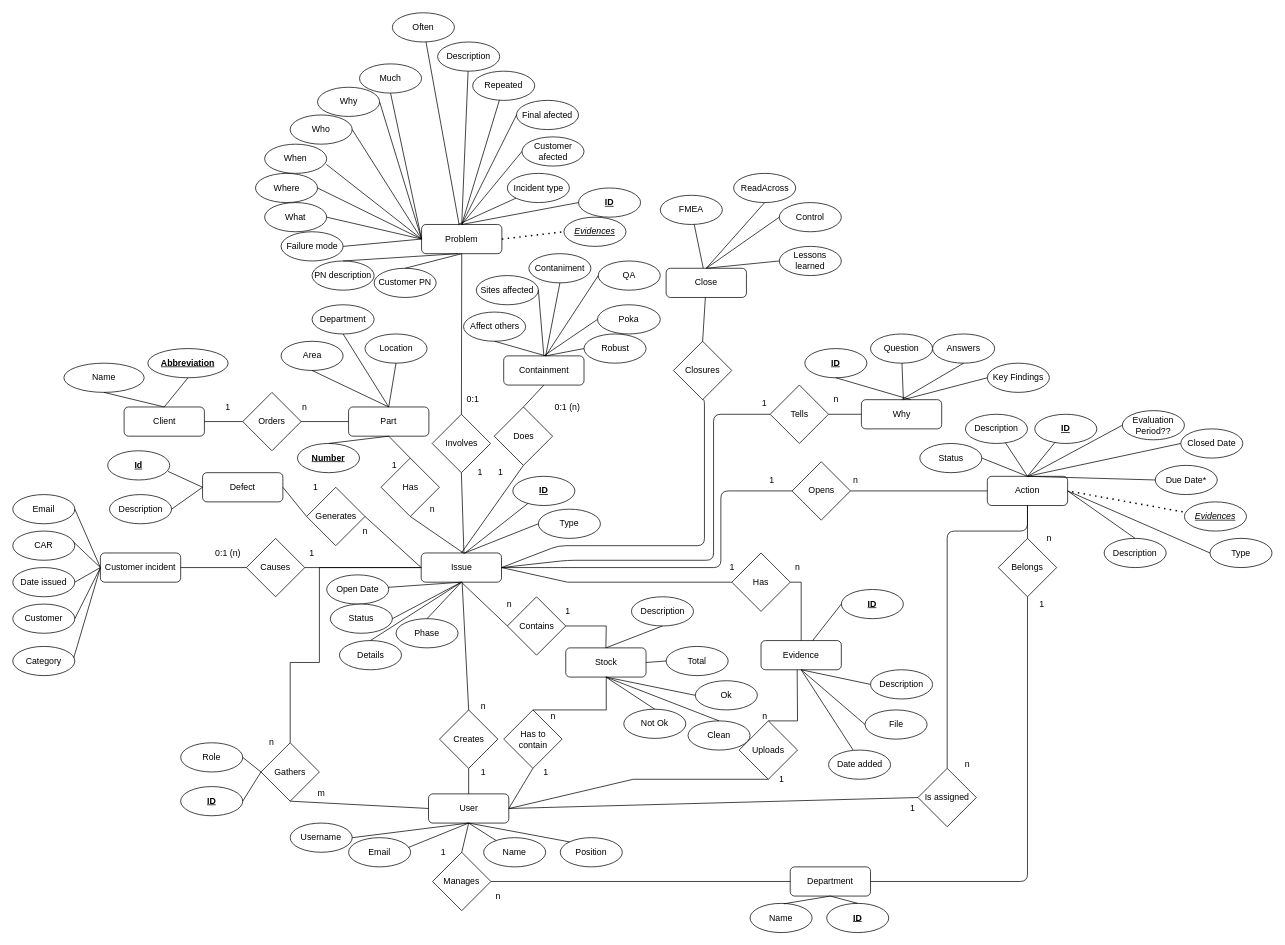
Before: api/db/model/EntityRelationshipDiagram.drawio in FFahrenheit/ScrapActionListAPI, a draw.io diagram. Source tidied: cells renumbered, new cells numbered last; positions are measured from the earlier drawing's top-left corner, leaving out a move shared by most shapes. Both pictures are drawn from the tidied source at 73%, with x=0, y=0 at pixel (12, 12).
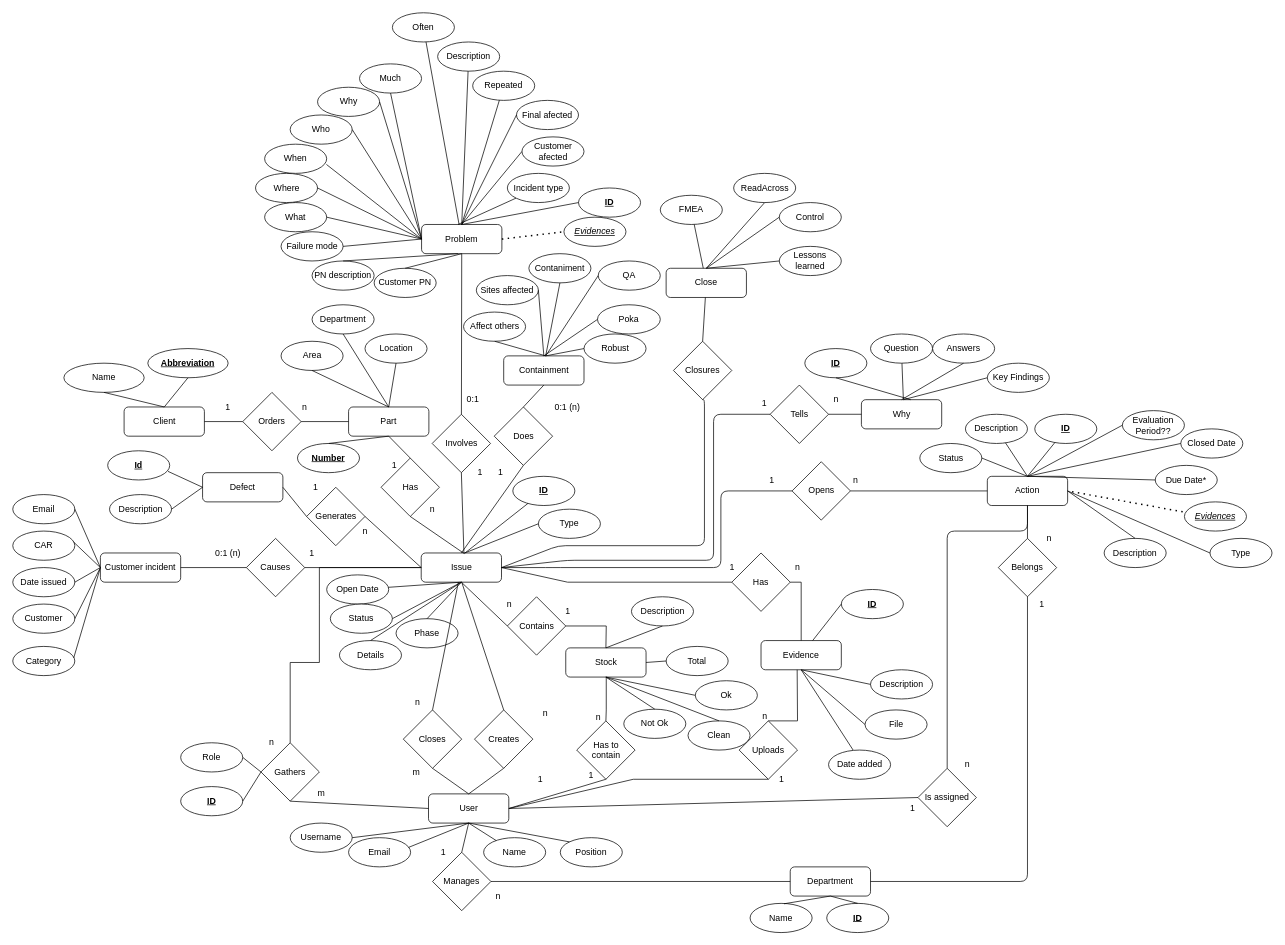
The same diagram, later.

The change refers to these unchanged cells:
```xml
<mxCell id="22" value="Issue" style="rounded=1;whiteSpace=wrap;html=1;" parent="1" vertex="1">
  <mxGeometry x="559.5" y="740" width="110" height="40" as="geometry" />
</mxCell>
<mxCell id="35" value="User" style="rounded=1;whiteSpace=wrap;html=1;" parent="1" vertex="1">
  <mxGeometry x="569.5" y="1070" width="110" height="40" as="geometry" />
</mxCell>
```

The edit, as a diff of the source:
```diff
@@
     <mxCell id="210" value="Has to &lt;br&gt;contain" style="rhombus;whiteSpace=wrap;html=1;" parent="1" vertex="1">
-      <mxGeometry x="672.5" y="955" width="80" height="80" as="geometry" />
+      <mxGeometry x="772.5" y="970" width="80" height="80" as="geometry" />
     </mxCell>
@@
     <mxCell id="213" value="n" style="text;html=1;align=center;verticalAlign=middle;strokeColor=none;fillColor=none;" parent="1" vertex="1">
-      <mxGeometry x="730" y="954" width="20" height="20" as="geometry" />
+      <mxGeometry x="792" y="955" width="20" height="20" as="geometry" />
     </mxCell>
     <mxCell id="214" value="1" style="text;html=1;align=center;verticalAlign=middle;strokeColor=none;fillColor=none;" parent="1" vertex="1">
-      <mxGeometry x="720" y="1030" width="20" height="20" as="geometry" />
+      <mxGeometry x="782" y="1035" width="20" height="20" as="geometry" />
     </mxCell>
@@
     <mxCell id="245" value="Creates" style="rhombus;whiteSpace=wrap;html=1;" parent="1" vertex="1">
-      <mxGeometry x="584.5" y="955" width="80" height="80" as="geometry" />
+      <mxGeometry x="632.5" y="955" width="80" height="80" as="geometry" />
     </mxCell>
     <mxCell id="246" value="n" style="text;html=1;strokeColor=none;fillColor=none;align=center;verticalAlign=middle;whiteSpace=wrap;rounded=0;" parent="1" vertex="1">
-      <mxGeometry x="624.5" y="940" width="40" height="20" as="geometry" />
+      <mxGeometry x="710" y="950" width="40" height="20" as="geometry" />
     </mxCell>
     <mxCell id="247" value="1" style="text;html=1;strokeColor=none;fillColor=none;align=center;verticalAlign=middle;whiteSpace=wrap;rounded=0;" parent="1" vertex="1">
-      <mxGeometry x="624.5" y="1030" width="40" height="20" as="geometry" />
+      <mxGeometry x="702.5" y="1040" width="40" height="20" as="geometry" />
     </mxCell>
-    <mxCell id="248" style="endArrow=none;html=1;rounded=0;exitX=0.5;exitY=0;exitDx=0;exitDy=0;" parent="1" edge="1" source="245" target="22">
-      <mxGeometry relative="1" as="geometry" />
+    <mxCell id="248" style="endArrow=none;html=1;rounded=0;exitX=0.5;exitY=0;exitDx=0;exitDy=0;" parent="1" edge="1" source="245">
+      <mxGeometry relative="1" as="geometry">
+        <mxPoint x="615" y="780" as="targetPoint" />
+      </mxGeometry>
     </mxCell>
@@
+    <mxCell id="256" value="Closes" style="rhombus;whiteSpace=wrap;html=1;" parent="1" vertex="1">
+      <mxGeometry x="535" y="955" width="80" height="80" as="geometry" />
+    </mxCell>
+    <mxCell id="257" style="endArrow=none;html=1;rounded=0;exitX=0.5;exitY=0;exitDx=0;exitDy=0;" parent="1" edge="1" source="256" target="22">
+      <mxGeometry relative="1" as="geometry" />
+    </mxCell>
+    <mxCell id="258" style="endArrow=none;html=1;rounded=0;exitX=0.5;exitY=0;exitDx=0;exitDy=0;entryX=0.5;entryY=1;entryDx=0;entryDy=0;" parent="1" edge="1" source="35" target="256">
+      <mxGeometry relative="1" as="geometry" />
+    </mxCell>
+    <mxCell id="259" value="n" style="text;html=1;strokeColor=none;fillColor=none;align=center;verticalAlign=middle;whiteSpace=wrap;rounded=0;" parent="1" vertex="1">
+      <mxGeometry x="534.5" y="935" width="40" height="20" as="geometry" />
+    </mxCell>
+    <mxCell id="260" value="m" style="text;html=1;strokeColor=none;fillColor=none;align=center;verticalAlign=middle;whiteSpace=wrap;rounded=0;" parent="1" vertex="1">
+      <mxGeometry x="532.5" y="1030" width="40" height="20" as="geometry" />
+    </mxCell>
```
